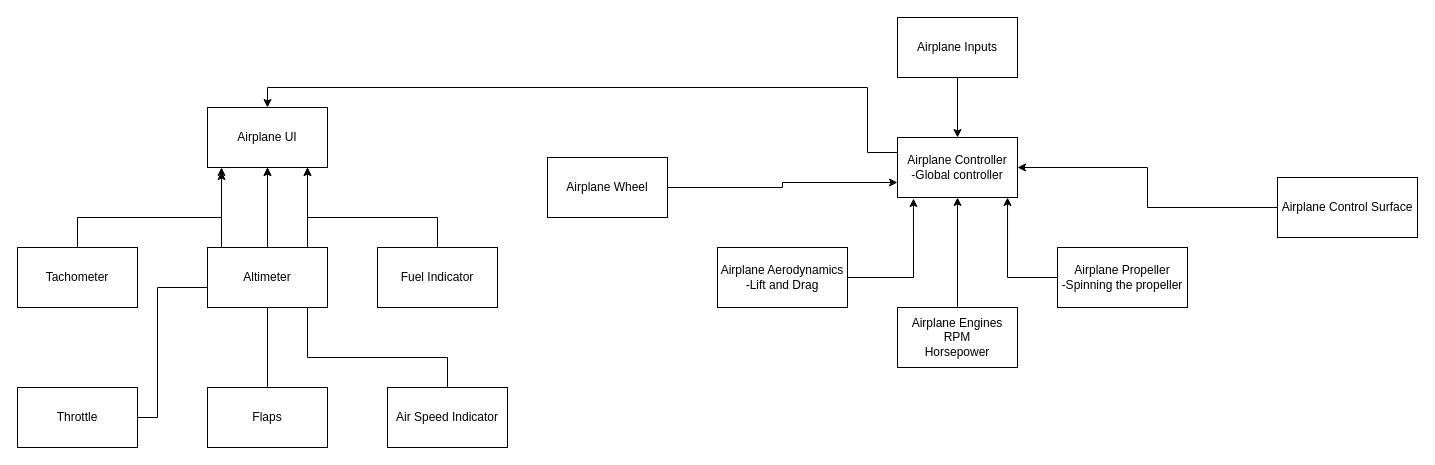
Before: Airplane Physics.drawio in sydney06/Draw.io, a draw.io diagram. Source tidied: cells renumbered, new cells numbered last; positions are measured from the earlier drawing's top-left corner, leaving out a move shared by most shapes. Both pictures are drawn from the tidied source at 100%, with x=0, y=0 at pixel (17, 17).
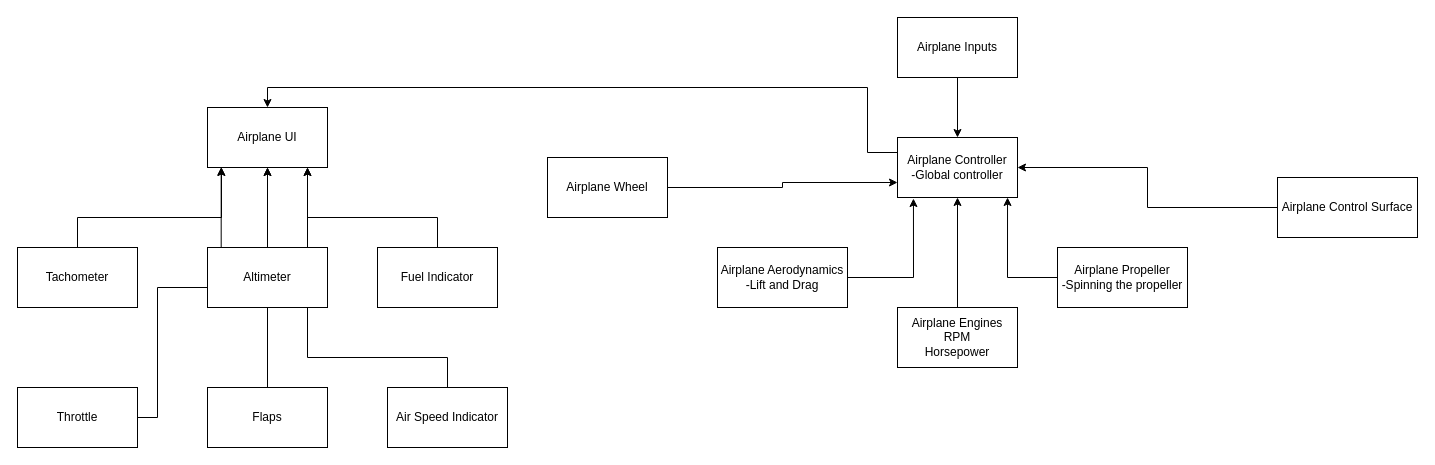
The same page after the edit.

Unchanged cells that the change refers to:
```xml
<mxCell id="16" value="Airplane UI" style="rounded=0;whiteSpace=wrap;html=1;" parent="1" vertex="1">
  <mxGeometry x="190" y="90" width="120" height="60" as="geometry" />
</mxCell>
<mxCell id="22" value="Throttle" style="rounded=0;whiteSpace=wrap;html=1;" parent="1" vertex="1">
  <mxGeometry y="370" width="120" height="60" as="geometry" />
</mxCell>
```

The edit, as a diff of the source:
```diff
@@
-    <mxCell id="21" style="edgeStyle=orthogonalEdgeStyle;rounded=0;jettySize=auto;html=1;entryX=0.117;entryY=1.067;entryDx=0;entryDy=0;entryPerimeter=0;" parent="1" edge="1" source="22" target="16">
+    <mxCell id="21" style="edgeStyle=orthogonalEdgeStyle;rounded=0;jettySize=auto;html=1;entryX=0.114;entryY=0.994;entryDx=0;entryDy=0;entryPerimeter=0;" parent="1" edge="1" source="22" target="16">
       <mxGeometry relative="1" as="geometry">
         <Array as="points">
           <mxPoint x="140" y="400" />
           <mxPoint x="140" y="270" />
           <mxPoint x="204" y="270" />
         </Array>
       </mxGeometry>
     </mxCell>
```
